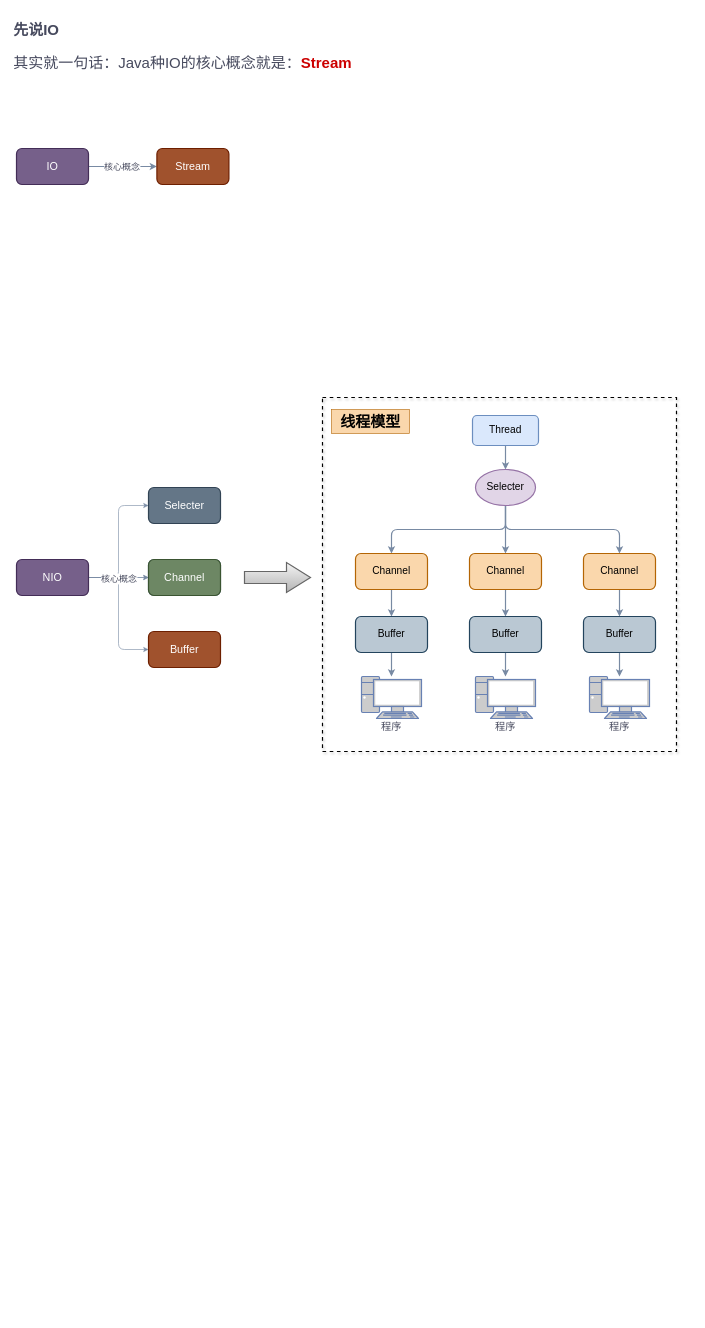
The draw.io diagram IO & NIO.drawio in chklist/learning, before the edit. Source tidied: cells renumbered, new cells numbered last; positions are measured from the earlier drawing's top-left corner, leaving out a move shared by most shapes. Both pictures are drawn from the tidied source at 60%, with x=0, y=0 at pixel (10, 16).
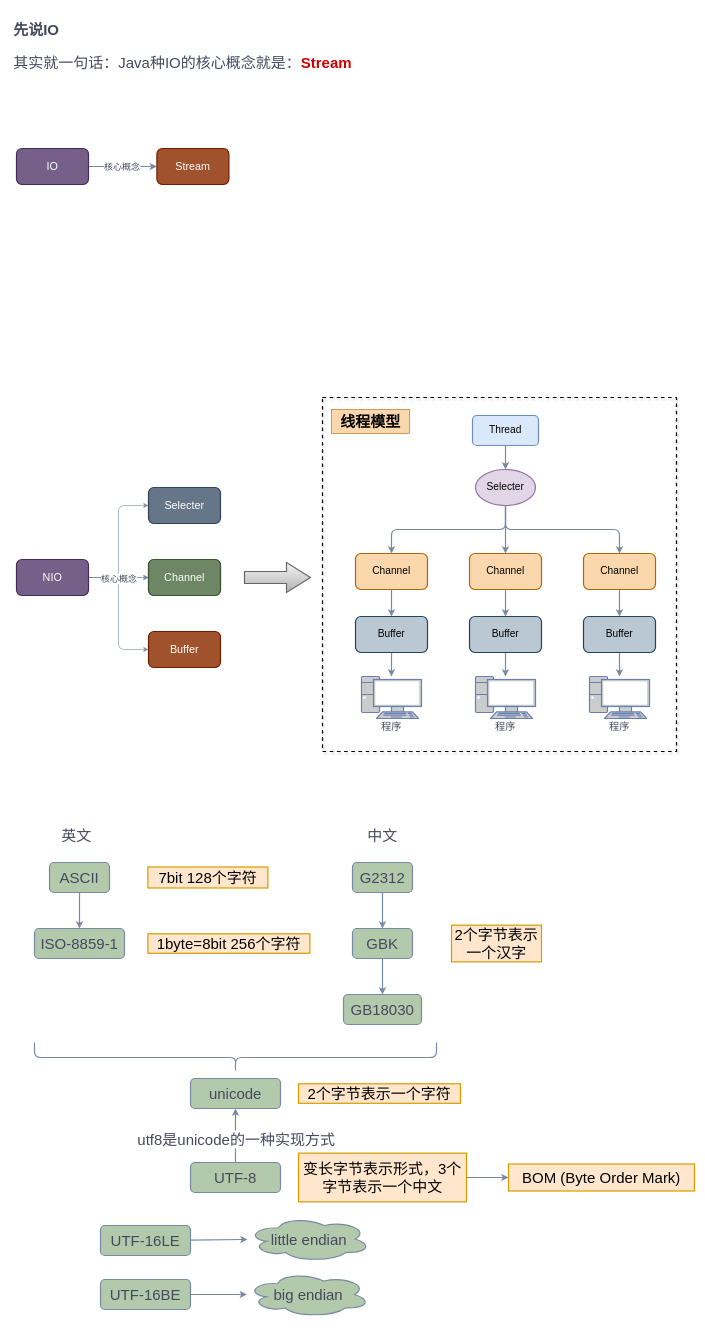
The same diagram, later.

Diff of the diagram source:
```diff
@@
+    <mxCell id="44" style="edgeStyle=none;rounded=1;sketch=0;jettySize=auto;html=1;fontSize=25;fontColor=#46495D;strokeColor=#788AA3;strokeWidth=2;fillColor=#B2C9AB;" parent="1" edge="1" source="45" target="46">
+      <mxGeometry relative="1" as="geometry" />
+    </mxCell>
+    <mxCell id="45" value="ASCII" style="rounded=1;whiteSpace=wrap;html=1;shadow=0;sketch=0;fontSize=25;fontColor=#46495D;strokeColor=#788AA3;strokeWidth=2;fillColor=#B2C9AB;" parent="1" vertex="1">
+      <mxGeometry x="65" y="1410" width="100" height="50" as="geometry" />
+    </mxCell>
+    <mxCell id="46" value="ISO-8859-1" style="rounded=1;whiteSpace=wrap;html=1;shadow=0;sketch=0;fontSize=25;fontColor=#46495D;strokeColor=#788AA3;strokeWidth=2;fillColor=#B2C9AB;" parent="1" vertex="1">
+      <mxGeometry x="40" y="1520" width="150" height="50" as="geometry" />
+    </mxCell>
+    <mxCell id="47" value="7bit 128个字符" style="rounded=0;whiteSpace=wrap;html=1;shadow=0;sketch=0;fontSize=25;strokeColor=#d79b00;strokeWidth=2;fillColor=#ffe6cc;" parent="1" vertex="1">
+      <mxGeometry x="229" y="1417.5" width="200" height="35" as="geometry" />
+    </mxCell>
+    <mxCell id="48" value="1byte=8bit&amp;nbsp;256个字符" style="rounded=0;whiteSpace=wrap;html=1;shadow=0;sketch=0;fontSize=25;strokeColor=#d79b00;strokeWidth=2;fillColor=#ffe6cc;" parent="1" vertex="1">
+      <mxGeometry x="229" y="1528.8" width="270" height="32.5" as="geometry" />
+    </mxCell>
+    <mxCell id="49" style="edgeStyle=none;rounded=1;sketch=0;jettySize=auto;html=1;fontSize=25;fontColor=#46495D;strokeColor=#788AA3;strokeWidth=2;fillColor=#B2C9AB;" parent="1" edge="1" source="50" target="52">
+      <mxGeometry relative="1" as="geometry" />
+    </mxCell>
+    <mxCell id="50" value="G2312" style="rounded=1;whiteSpace=wrap;html=1;shadow=0;sketch=0;fontSize=25;fontColor=#46495D;strokeColor=#788AA3;strokeWidth=2;fillColor=#B2C9AB;" parent="1" vertex="1">
+      <mxGeometry x="570" y="1410" width="100" height="50" as="geometry" />
+    </mxCell>
+    <mxCell id="51" style="edgeStyle=none;rounded=1;sketch=0;jettySize=auto;html=1;fontSize=25;fontColor=#46495D;strokeColor=#788AA3;strokeWidth=2;fillColor=#B2C9AB;" parent="1" edge="1" source="52" target="53">
+      <mxGeometry relative="1" as="geometry" />
+    </mxCell>
+    <mxCell id="52" value="GBK" style="rounded=1;whiteSpace=wrap;html=1;shadow=0;sketch=0;fontSize=25;fontColor=#46495D;strokeColor=#788AA3;strokeWidth=2;fillColor=#B2C9AB;" parent="1" vertex="1">
+      <mxGeometry x="570" y="1520" width="100" height="50" as="geometry" />
+    </mxCell>
+    <mxCell id="53" value="GB18030" style="rounded=1;whiteSpace=wrap;html=1;shadow=0;sketch=0;fontSize=25;fontColor=#46495D;strokeColor=#788AA3;strokeWidth=2;fillColor=#B2C9AB;" parent="1" vertex="1">
+      <mxGeometry x="555" y="1630" width="130" height="50" as="geometry" />
+    </mxCell>
+    <mxCell id="54" value="英文" style="text;html=1;strokeColor=none;fillColor=none;align=center;verticalAlign=middle;whiteSpace=wrap;rounded=0;shadow=0;sketch=0;fontSize=25;fontColor=#46495D;" parent="1" vertex="1">
+      <mxGeometry x="80" y="1350" width="60" height="30" as="geometry" />
+    </mxCell>
+    <mxCell id="55" value="中文" style="text;html=1;strokeColor=none;fillColor=none;align=center;verticalAlign=middle;whiteSpace=wrap;rounded=0;shadow=0;sketch=0;fontSize=25;fontColor=#46495D;" parent="1" vertex="1">
+      <mxGeometry x="590" y="1350" width="60" height="30" as="geometry" />
+    </mxCell>
+    <mxCell id="56" value="2个字节表示一个汉字" style="rounded=0;whiteSpace=wrap;html=1;shadow=0;sketch=0;fontSize=25;strokeColor=#d79b00;strokeWidth=2;fillColor=#ffe6cc;" parent="1" vertex="1">
+      <mxGeometry x="735" y="1514.4" width="150" height="61.2" as="geometry" />
+    </mxCell>
+    <mxCell id="57" style="shape=curlyBracket;whiteSpace=wrap;html=1;rounded=1;flipH=1;shadow=0;sketch=0;fontSize=25;fontColor=#46495D;strokeColor=#788AA3;strokeWidth=2;fillColor=#B2C9AB;rotation=90;size=0.5;" parent="1" vertex="1">
+      <mxGeometry x="350" y="1400" width="50" height="670" as="geometry" />
+    </mxCell>
+    <mxCell id="58" value="unicode" style="rounded=1;whiteSpace=wrap;html=1;shadow=0;sketch=0;fontSize=25;fontColor=#46495D;strokeColor=#788AA3;strokeWidth=2;fillColor=#B2C9AB;" parent="1" vertex="1">
+      <mxGeometry x="300" y="1770" width="150" height="50" as="geometry" />
+    </mxCell>
+    <mxCell id="59" value="2个字节表示一个字符" style="rounded=0;whiteSpace=wrap;html=1;shadow=0;sketch=0;fontSize=25;strokeColor=#d79b00;strokeWidth=2;fillColor=#ffe6cc;" parent="1" vertex="1">
+      <mxGeometry x="480" y="1778.8" width="270" height="32.5" as="geometry" />
+    </mxCell>
+    <mxCell id="60" style="edgeStyle=none;rounded=1;sketch=0;jettySize=auto;html=1;fontSize=25;fontColor=#46495D;strokeColor=#788AA3;strokeWidth=2;fillColor=#B2C9AB;" parent="1" edge="1" source="62" target="58">
+      <mxGeometry relative="1" as="geometry" />
+    </mxCell>
+    <mxCell id="61" value="utf8是unicode的一种实现方式" style="edgeLabel;html=1;align=center;verticalAlign=middle;fontSize=25;fontColor=#46495D;" parent="60" vertex="1">
+      <mxGeometry x="-0.29" y="2" relative="1" as="geometry">
+        <mxPoint x="2" y="-8" as="offset" />
+      </mxGeometry>
+    </mxCell>
+    <mxCell id="62" value="UTF-8" style="rounded=1;whiteSpace=wrap;html=1;shadow=0;sketch=0;fontSize=25;fontColor=#46495D;strokeColor=#788AA3;strokeWidth=2;fillColor=#B2C9AB;" parent="1" vertex="1">
+      <mxGeometry x="300" y="1910" width="150" height="50" as="geometry" />
+    </mxCell>
+    <mxCell id="63" style="edgeStyle=none;rounded=1;sketch=0;jettySize=auto;html=1;fontSize=25;fontColor=#46495D;strokeColor=#788AA3;strokeWidth=2;fillColor=#B2C9AB;" parent="1" edge="1" source="64" target="67">
+      <mxGeometry relative="1" as="geometry" />
+    </mxCell>
+    <mxCell id="64" value="UTF-16LE" style="rounded=1;whiteSpace=wrap;html=1;shadow=0;sketch=0;fontSize=25;fontColor=#46495D;strokeColor=#788AA3;strokeWidth=2;fillColor=#B2C9AB;" parent="1" vertex="1">
+      <mxGeometry x="150" y="2015" width="150" height="50" as="geometry" />
+    </mxCell>
+    <mxCell id="65" style="edgeStyle=none;rounded=1;sketch=0;jettySize=auto;html=1;fontSize=25;fontColor=#46495D;strokeColor=#788AA3;strokeWidth=2;fillColor=#B2C9AB;" parent="1" edge="1" source="66" target="68">
+      <mxGeometry relative="1" as="geometry" />
+    </mxCell>
+    <mxCell id="66" value="UTF-16BE" style="rounded=1;whiteSpace=wrap;html=1;shadow=0;sketch=0;fontSize=25;fontColor=#46495D;strokeColor=#788AA3;strokeWidth=2;fillColor=#B2C9AB;" parent="1" vertex="1">
+      <mxGeometry x="150" y="2105" width="150" height="50" as="geometry" />
+    </mxCell>
+    <mxCell id="67" value="little endian" style="ellipse;shape=cloud;whiteSpace=wrap;html=1;fontSize=25;fillColor=#B2C9AB;strokeColor=#788AA3;fontColor=#46495D;rounded=1;shadow=0;sketch=0;strokeWidth=2;" parent="1" vertex="1">
+      <mxGeometry x="395" y="2000" width="205" height="75" as="geometry" />
+    </mxCell>
+    <mxCell id="68" value="big endian" style="ellipse;shape=cloud;whiteSpace=wrap;html=1;fontSize=25;fillColor=#B2C9AB;strokeColor=#788AA3;fontColor=#46495D;rounded=1;shadow=0;sketch=0;strokeWidth=2;" parent="1" vertex="1">
+      <mxGeometry x="394" y="2092.5" width="205" height="75" as="geometry" />
+    </mxCell>
+    <mxCell id="69" style="edgeStyle=none;rounded=1;sketch=0;jettySize=auto;html=1;fontSize=25;fontColor=#46495D;strokeColor=#788AA3;strokeWidth=2;fillColor=#B2C9AB;" parent="1" edge="1" source="70" target="71">
+      <mxGeometry relative="1" as="geometry" />
+    </mxCell>
+    <mxCell id="70" value="变长字节表示形式，3个字节表示一个中文" style="rounded=0;whiteSpace=wrap;html=1;shadow=0;sketch=0;fontSize=25;strokeColor=#d79b00;strokeWidth=2;fillColor=#ffe6cc;" parent="1" vertex="1">
+      <mxGeometry x="480" y="1894.4" width="280" height="81.2" as="geometry" />
+    </mxCell>
+    <mxCell id="71" value="BOM (Byte Order Mark)" style="whiteSpace=wrap;html=1;fontSize=25;fillColor=#ffe6cc;strokeColor=#d79b00;rounded=0;shadow=0;sketch=0;strokeWidth=2;" parent="1" vertex="1">
+      <mxGeometry x="830" y="1912.5" width="310" height="45" as="geometry" />
+    </mxCell>
```
